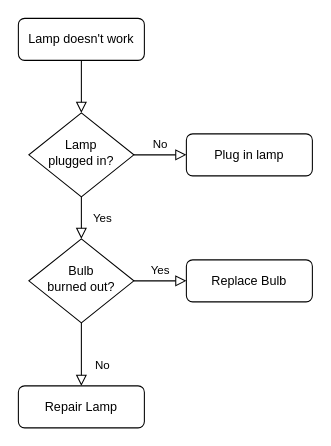
Above: Untitled Diagram.drawio in Nathan-web24/DTP2 (draw.io), before the change. Source tidied: cells renumbered, new cells numbered last; positions are measured from the earlier drawing's top-left corner, leaving out a move shared by most shapes. Both pictures are drawn from the tidied source at 105%, with x=0, y=0 at pixel (18, 18).
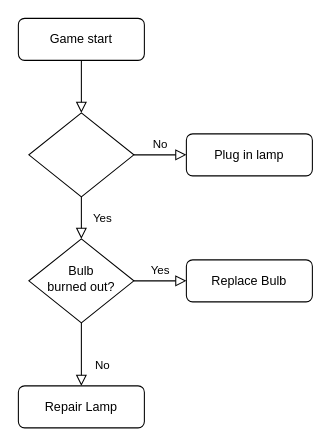
The same diagram, later.

What changed in the source:
```diff
@@
 <mxGraphModel>
   <root>
     <mxCell id="0" />
     <mxCell id="1" parent="0" />
     <mxCell id="2" style="rounded=0;html=1;jettySize=auto;fontSize=11;endArrow=block;endFill=0;endSize=8;strokeWidth=1;shadow=0;labelBackgroundColor=none;edgeStyle=orthogonalEdgeStyle;" parent="1" edge="1" source="3" target="6">
       <mxGeometry relative="1" as="geometry" />
     </mxCell>
-    <mxCell id="3" value="Lamp doesn't work" style="rounded=1;whiteSpace=wrap;html=1;fontSize=12;glass=0;strokeWidth=1;shadow=0;" parent="1" vertex="1">
+    <mxCell id="3" value="Game start" style="rounded=1;whiteSpace=wrap;html=1;fontSize=12;glass=0;strokeWidth=1;shadow=0;" parent="1" vertex="1">
       <mxGeometry width="120" height="40" as="geometry" />
     </mxCell>
     <mxCell id="4" value="Yes" style="rounded=0;html=1;jettySize=auto;fontSize=11;endArrow=block;endFill=0;endSize=8;strokeWidth=1;shadow=0;labelBackgroundColor=none;edgeStyle=orthogonalEdgeStyle;" parent="1" edge="1" source="6" target="10">
       <mxGeometry y="20" relative="1" as="geometry" />
     </mxCell>
     <mxCell id="5" value="No" style="edgeStyle=orthogonalEdgeStyle;rounded=0;html=1;jettySize=auto;fontSize=11;endArrow=block;endFill=0;endSize=8;strokeWidth=1;shadow=0;labelBackgroundColor=none;" parent="1" edge="1" source="6" target="7">
       <mxGeometry y="10" relative="1" as="geometry" />
     </mxCell>
-    <mxCell id="6" value="Lamp&lt;br&gt;plugged in?" style="rhombus;whiteSpace=wrap;html=1;shadow=0;fontFamily=Helvetica;fontSize=12;align=center;strokeWidth=1;spacing=6;spacingTop=-4;" parent="1" vertex="1">
+    <mxCell id="6" style="rhombus;whiteSpace=wrap;html=1;shadow=0;fontFamily=Helvetica;fontSize=12;align=center;strokeWidth=1;spacing=6;spacingTop=-4;" parent="1" vertex="1">
       <mxGeometry x="10" y="90" width="100" height="80" as="geometry" />
     </mxCell>
     <mxCell id="7" value="Plug in lamp" style="rounded=1;whiteSpace=wrap;html=1;fontSize=12;glass=0;strokeWidth=1;shadow=0;" parent="1" vertex="1">
       <mxGeometry x="160" y="110" width="120" height="40" as="geometry" />
     </mxCell>
     <mxCell id="8" value="No" style="rounded=0;html=1;jettySize=auto;fontSize=11;endArrow=block;endFill=0;endSize=8;strokeWidth=1;shadow=0;labelBackgroundColor=none;edgeStyle=orthogonalEdgeStyle;" parent="1" edge="1" source="10" target="11">
       <mxGeometry x="0.33" y="20" relative="1" as="geometry" />
     </mxCell>
     <mxCell id="9" value="Yes" style="edgeStyle=orthogonalEdgeStyle;rounded=0;html=1;jettySize=auto;fontSize=11;endArrow=block;endFill=0;endSize=8;strokeWidth=1;shadow=0;labelBackgroundColor=none;" parent="1" edge="1" source="10" target="12">
       <mxGeometry y="10" relative="1" as="geometry" />
     </mxCell>
     <mxCell id="10" value="Bulb&lt;br&gt;burned out?" style="rhombus;whiteSpace=wrap;html=1;shadow=0;fontFamily=Helvetica;fontSize=12;align=center;strokeWidth=1;spacing=6;spacingTop=-4;" parent="1" vertex="1">
       <mxGeometry x="10" y="210" width="100" height="80" as="geometry" />
     </mxCell>
     <mxCell id="11" value="Repair Lamp" style="rounded=1;whiteSpace=wrap;html=1;fontSize=12;glass=0;strokeWidth=1;shadow=0;" parent="1" vertex="1">
       <mxGeometry y="350" width="120" height="40" as="geometry" />
     </mxCell>
     <mxCell id="12" value="Replace Bulb" style="rounded=1;whiteSpace=wrap;html=1;fontSize=12;glass=0;strokeWidth=1;shadow=0;" parent="1" vertex="1">
       <mxGeometry x="160" y="230" width="120" height="40" as="geometry" />
     </mxCell>
   </root>
 </mxGraphModel>
```
